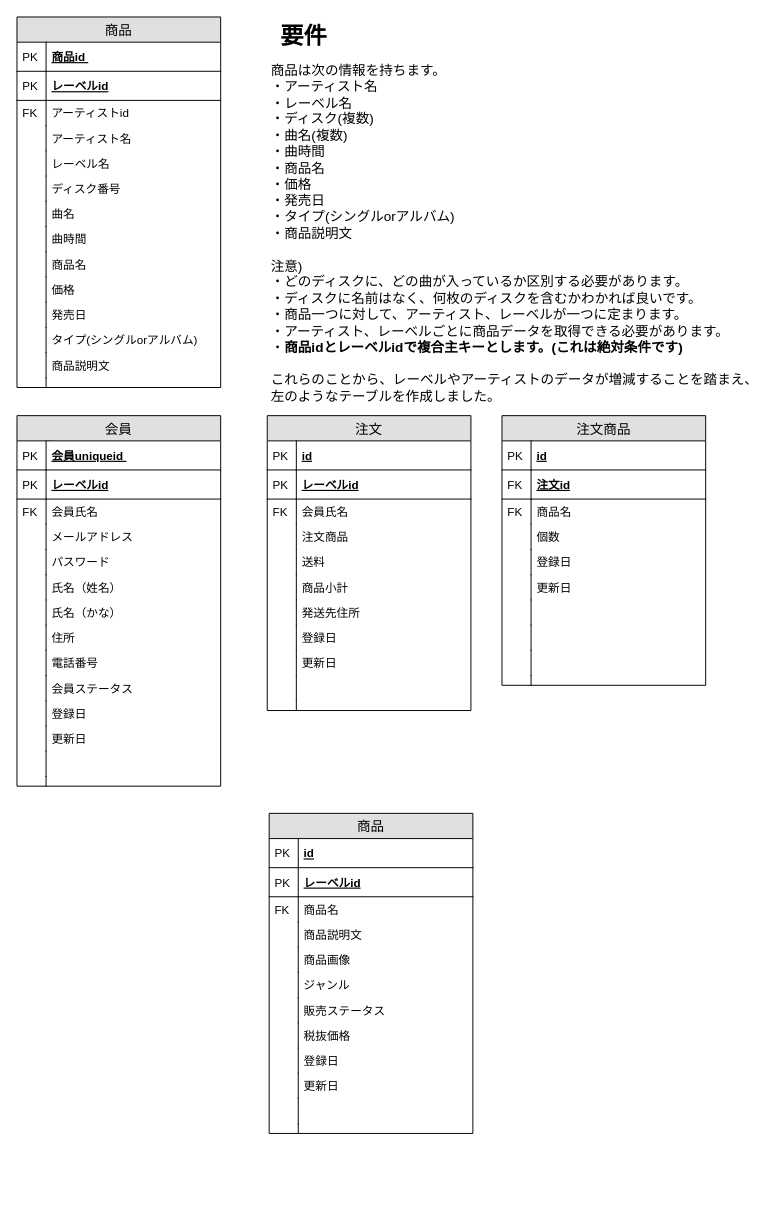
Before: page "データ要件_非正規形" (1 of 4) of ER図.drawio in tibisaki67/ECsite, a draw.io diagram. Source tidied: cells renumbered, new cells numbered last; positions are measured from the earlier drawing's top-left corner, leaving out a move shared by most shapes. Both pictures are drawn from the tidied source at 97%, with x=0, y=0 at pixel (16, 16).
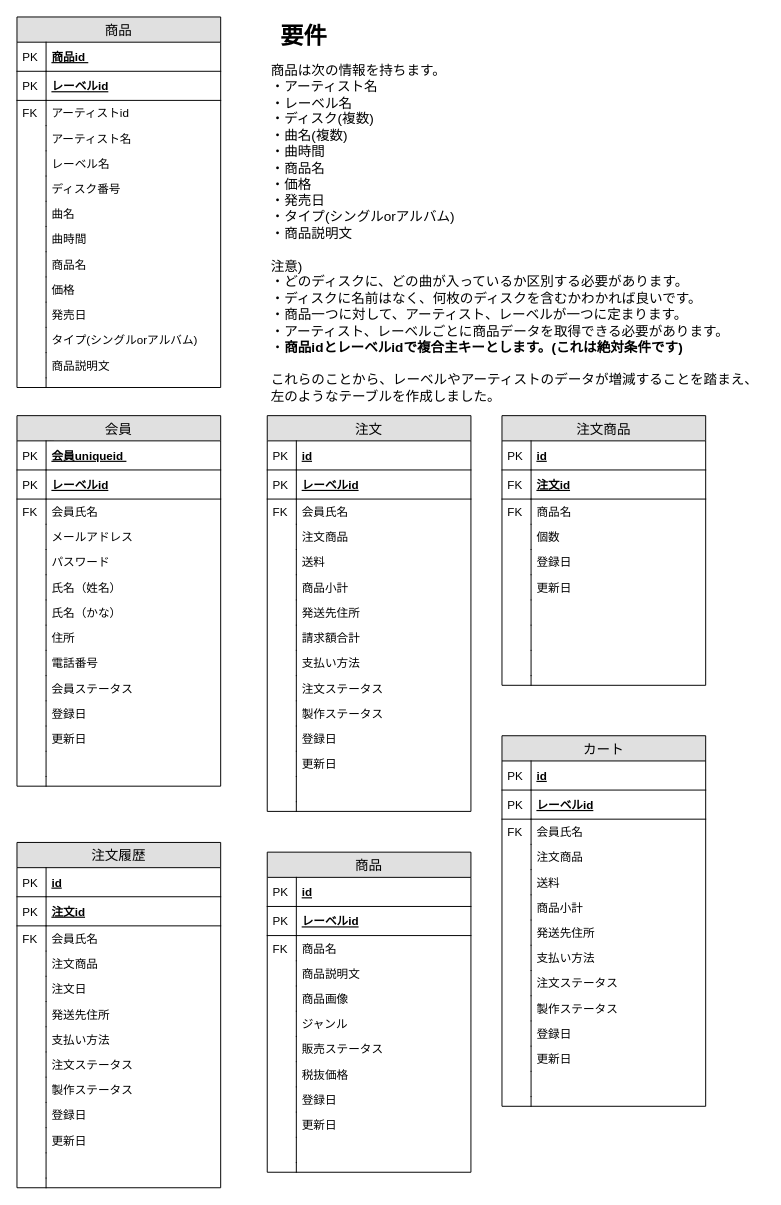
Above is the later version.

Diff of the diagram source:
```diff
@@
     <mxCell id="63" value="注文" style="swimlane;fontStyle=0;horizontal=1;startSize=26;fillColor=#e0e0e0;swimlaneFillColor=#ffffff;align=center;fontSize=14;" parent="1" vertex="1">
-      <mxGeometry x="258" y="411" width="210" height="304" as="geometry" />
+      <mxGeometry x="258" y="411" width="210" height="408" as="geometry" />
     </mxCell>
@@
+    <mxCell id="132" value="請求額合計" style="shape=partialRectangle;top=0;left=0;right=0;bottom=0;align=left;verticalAlign=top;fillColor=none;spacingLeft=34;spacingRight=4;overflow=hidden;fontSize=12;" parent="63" vertex="1">
+      <mxGeometry y="216" width="210" height="26" as="geometry" />
+    </mxCell>
+    <mxCell id="133" style="shape=partialRectangle;top=0;left=0;bottom=0;fillColor=none;align=left;verticalAlign=top;spacingLeft=4;spacingRight=4;overflow=hidden;fontSize=12;" parent="132" vertex="1">
+      <mxGeometry width="30" height="26" as="geometry" />
+    </mxCell>
+    <mxCell id="134" value="支払い方法" style="shape=partialRectangle;top=0;left=0;right=0;bottom=0;align=left;verticalAlign=top;fillColor=none;spacingLeft=34;spacingRight=4;overflow=hidden;fontSize=12;" parent="63" vertex="1">
+      <mxGeometry y="242" width="210" height="26" as="geometry" />
+    </mxCell>
+    <mxCell id="135" style="shape=partialRectangle;top=0;left=0;bottom=0;fillColor=none;align=left;verticalAlign=top;spacingLeft=4;spacingRight=4;overflow=hidden;fontSize=12;" parent="134" vertex="1">
+      <mxGeometry width="30" height="26" as="geometry" />
+    </mxCell>
+    <mxCell id="136" value="注文ステータス" style="shape=partialRectangle;top=0;left=0;right=0;bottom=0;align=left;verticalAlign=top;fillColor=none;spacingLeft=34;spacingRight=4;overflow=hidden;fontSize=12;" parent="63" vertex="1">
+      <mxGeometry y="268" width="210" height="26" as="geometry" />
+    </mxCell>
+    <mxCell id="137" style="shape=partialRectangle;top=0;left=0;bottom=0;fillColor=none;align=left;verticalAlign=top;spacingLeft=4;spacingRight=4;overflow=hidden;fontSize=12;" parent="136" vertex="1">
+      <mxGeometry width="30" height="26" as="geometry" />
+    </mxCell>
+    <mxCell id="138" value="製作ステータス" style="shape=partialRectangle;top=0;left=0;right=0;bottom=0;align=left;verticalAlign=top;fillColor=none;spacingLeft=34;spacingRight=4;overflow=hidden;fontSize=12;" parent="63" vertex="1">
+      <mxGeometry y="294" width="210" height="26" as="geometry" />
+    </mxCell>
+    <mxCell id="139" style="shape=partialRectangle;top=0;left=0;bottom=0;fillColor=none;align=left;verticalAlign=top;spacingLeft=4;spacingRight=4;overflow=hidden;fontSize=12;" parent="138" vertex="1">
+      <mxGeometry width="30" height="26" as="geometry" />
+    </mxCell>
     <mxCell id="78" value="登録日" style="shape=partialRectangle;top=0;left=0;right=0;bottom=0;align=left;verticalAlign=top;fillColor=none;spacingLeft=34;spacingRight=4;overflow=hidden;fontSize=12;" parent="63" vertex="1">
-      <mxGeometry y="216" width="210" height="26" as="geometry" />
+      <mxGeometry y="320" width="210" height="26" as="geometry" />
     </mxCell>
@@
     <mxCell id="80" value="更新日" style="shape=partialRectangle;top=0;left=0;right=0;bottom=0;align=left;verticalAlign=top;fillColor=none;spacingLeft=34;spacingRight=4;overflow=hidden;fontSize=12;" parent="63" vertex="1">
-      <mxGeometry y="242" width="210" height="26" as="geometry" />
+      <mxGeometry y="346" width="210" height="26" as="geometry" />
     </mxCell>
@@
     <mxCell id="82" style="shape=partialRectangle;top=0;left=0;right=0;bottom=0;align=left;verticalAlign=top;fillColor=none;spacingLeft=34;spacingRight=4;overflow=hidden;fontSize=12;" parent="63" vertex="1">
-      <mxGeometry y="268" width="210" height="26" as="geometry" />
+      <mxGeometry y="372" width="210" height="26" as="geometry" />
     </mxCell>
@@
     <mxCell id="84" style="shape=partialRectangle;top=0;left=0;right=0;bottom=0;align=left;verticalAlign=top;fillColor=none;spacingLeft=34;spacingRight=4;overflow=hidden;fontSize=12;" parent="63" vertex="1">
-      <mxGeometry y="294" width="210" height="10" as="geometry" />
+      <mxGeometry y="398" width="210" height="10" as="geometry" />
     </mxCell>
@@
     <mxCell id="107" value="商品" style="swimlane;fontStyle=0;horizontal=1;startSize=26;fillColor=#e0e0e0;swimlaneFillColor=#ffffff;align=center;fontSize=14;" parent="1" vertex="1">
-      <mxGeometry x="260" y="821" width="210" height="330" as="geometry" />
+      <mxGeometry x="258" y="861" width="210" height="330" as="geometry" />
     </mxCell>
@@
+    <mxCell id="140" value="カート" style="swimlane;fontStyle=0;horizontal=1;startSize=26;fillColor=#e0e0e0;swimlaneFillColor=#ffffff;align=center;fontSize=14;" parent="1" vertex="1">
+      <mxGeometry x="500" y="741" width="210" height="382" as="geometry" />
+    </mxCell>
+    <mxCell id="141" value="id" style="shape=partialRectangle;top=0;left=0;right=0;bottom=1;align=left;verticalAlign=middle;fillColor=none;spacingLeft=34;spacingRight=4;overflow=hidden;fontStyle=5;fontSize=12;" parent="140" vertex="1">
+      <mxGeometry y="26" width="210" height="30" as="geometry" />
+    </mxCell>
+    <mxCell id="142" value="PK" style="shape=partialRectangle;top=0;left=0;bottom=0;fillColor=none;align=left;verticalAlign=middle;spacingLeft=4;spacingRight=4;overflow=hidden;fontSize=12;" parent="141" vertex="1">
+      <mxGeometry width="30" height="30" as="geometry" />
+    </mxCell>
+    <mxCell id="143" value="レーベルid" style="shape=partialRectangle;top=0;left=0;right=0;bottom=1;align=left;verticalAlign=middle;fillColor=none;spacingLeft=34;spacingRight=4;overflow=hidden;fontStyle=5;fontSize=12;" parent="140" vertex="1">
+      <mxGeometry y="56" width="210" height="30" as="geometry" />
+    </mxCell>
+    <mxCell id="144" value="PK" style="shape=partialRectangle;top=0;left=0;bottom=0;fillColor=none;align=left;verticalAlign=middle;spacingLeft=4;spacingRight=4;overflow=hidden;fontSize=12;" parent="143" vertex="1">
+      <mxGeometry width="30" height="30" as="geometry" />
+    </mxCell>
+    <mxCell id="145" value="会員氏名" style="shape=partialRectangle;top=0;left=0;right=0;bottom=0;align=left;verticalAlign=top;fillColor=none;spacingLeft=34;spacingRight=4;overflow=hidden;fontSize=12;" parent="140" vertex="1">
+      <mxGeometry y="86" width="210" height="26" as="geometry" />
+    </mxCell>
+    <mxCell id="146" value="FK" style="shape=partialRectangle;top=0;left=0;bottom=0;fillColor=none;align=left;verticalAlign=top;spacingLeft=4;spacingRight=4;overflow=hidden;fontSize=12;" parent="145" vertex="1">
+      <mxGeometry width="30" height="26" as="geometry" />
+    </mxCell>
+    <mxCell id="147" value="注文商品" style="shape=partialRectangle;top=0;left=0;right=0;bottom=0;align=left;verticalAlign=top;fillColor=none;spacingLeft=34;spacingRight=4;overflow=hidden;fontSize=12;" parent="140" vertex="1">
+      <mxGeometry y="112" width="210" height="26" as="geometry" />
+    </mxCell>
+    <mxCell id="148" style="shape=partialRectangle;top=0;left=0;bottom=0;fillColor=none;align=left;verticalAlign=top;spacingLeft=4;spacingRight=4;overflow=hidden;fontSize=12;" parent="147" vertex="1">
+      <mxGeometry width="30" height="26" as="geometry" />
+    </mxCell>
+    <mxCell id="149" value="送料" style="shape=partialRectangle;top=0;left=0;right=0;bottom=0;align=left;verticalAlign=top;fillColor=none;spacingLeft=34;spacingRight=4;overflow=hidden;fontSize=12;" parent="140" vertex="1">
+      <mxGeometry y="138" width="210" height="26" as="geometry" />
+    </mxCell>
+    <mxCell id="150" style="shape=partialRectangle;top=0;left=0;bottom=0;fillColor=none;align=left;verticalAlign=top;spacingLeft=4;spacingRight=4;overflow=hidden;fontSize=12;" parent="149" vertex="1">
+      <mxGeometry width="30" height="26" as="geometry" />
+    </mxCell>
+    <mxCell id="151" value="商品小計" style="shape=partialRectangle;top=0;left=0;right=0;bottom=0;align=left;verticalAlign=top;fillColor=none;spacingLeft=34;spacingRight=4;overflow=hidden;fontSize=12;" parent="140" vertex="1">
+      <mxGeometry y="164" width="210" height="26" as="geometry" />
+    </mxCell>
+    <mxCell id="152" style="shape=partialRectangle;top=0;left=0;bottom=0;fillColor=none;align=left;verticalAlign=top;spacingLeft=4;spacingRight=4;overflow=hidden;fontSize=12;" parent="151" vertex="1">
+      <mxGeometry width="30" height="26" as="geometry" />
+    </mxCell>
+    <mxCell id="153" value="発送先住所" style="shape=partialRectangle;top=0;left=0;right=0;bottom=0;align=left;verticalAlign=top;fillColor=none;spacingLeft=34;spacingRight=4;overflow=hidden;fontSize=12;" parent="140" vertex="1">
+      <mxGeometry y="190" width="210" height="26" as="geometry" />
+    </mxCell>
+    <mxCell id="154" style="shape=partialRectangle;top=0;left=0;bottom=0;fillColor=none;align=left;verticalAlign=top;spacingLeft=4;spacingRight=4;overflow=hidden;fontSize=12;" parent="153" vertex="1">
+      <mxGeometry width="30" height="26" as="geometry" />
+    </mxCell>
+    <mxCell id="155" value="支払い方法" style="shape=partialRectangle;top=0;left=0;right=0;bottom=0;align=left;verticalAlign=top;fillColor=none;spacingLeft=34;spacingRight=4;overflow=hidden;fontSize=12;" parent="140" vertex="1">
+      <mxGeometry y="216" width="210" height="26" as="geometry" />
+    </mxCell>
+    <mxCell id="156" style="shape=partialRectangle;top=0;left=0;bottom=0;fillColor=none;align=left;verticalAlign=top;spacingLeft=4;spacingRight=4;overflow=hidden;fontSize=12;" parent="155" vertex="1">
+      <mxGeometry width="30" height="26" as="geometry" />
+    </mxCell>
+    <mxCell id="157" value="注文ステータス" style="shape=partialRectangle;top=0;left=0;right=0;bottom=0;align=left;verticalAlign=top;fillColor=none;spacingLeft=34;spacingRight=4;overflow=hidden;fontSize=12;" parent="140" vertex="1">
+      <mxGeometry y="242" width="210" height="26" as="geometry" />
+    </mxCell>
+    <mxCell id="158" style="shape=partialRectangle;top=0;left=0;bottom=0;fillColor=none;align=left;verticalAlign=top;spacingLeft=4;spacingRight=4;overflow=hidden;fontSize=12;" parent="157" vertex="1">
+      <mxGeometry width="30" height="26" as="geometry" />
+    </mxCell>
+    <mxCell id="159" value="製作ステータス" style="shape=partialRectangle;top=0;left=0;right=0;bottom=0;align=left;verticalAlign=top;fillColor=none;spacingLeft=34;spacingRight=4;overflow=hidden;fontSize=12;" parent="140" vertex="1">
+      <mxGeometry y="268" width="210" height="26" as="geometry" />
+    </mxCell>
+    <mxCell id="160" style="shape=partialRectangle;top=0;left=0;bottom=0;fillColor=none;align=left;verticalAlign=top;spacingLeft=4;spacingRight=4;overflow=hidden;fontSize=12;" parent="159" vertex="1">
+      <mxGeometry width="30" height="26" as="geometry" />
+    </mxCell>
+    <mxCell id="161" value="登録日" style="shape=partialRectangle;top=0;left=0;right=0;bottom=0;align=left;verticalAlign=top;fillColor=none;spacingLeft=34;spacingRight=4;overflow=hidden;fontSize=12;" parent="140" vertex="1">
+      <mxGeometry y="294" width="210" height="26" as="geometry" />
+    </mxCell>
+    <mxCell id="162" style="shape=partialRectangle;top=0;left=0;bottom=0;fillColor=none;align=left;verticalAlign=top;spacingLeft=4;spacingRight=4;overflow=hidden;fontSize=12;" parent="161" vertex="1">
+      <mxGeometry width="30" height="26" as="geometry" />
+    </mxCell>
+    <mxCell id="163" value="更新日" style="shape=partialRectangle;top=0;left=0;right=0;bottom=0;align=left;verticalAlign=top;fillColor=none;spacingLeft=34;spacingRight=4;overflow=hidden;fontSize=12;" parent="140" vertex="1">
+      <mxGeometry y="320" width="210" height="26" as="geometry" />
+    </mxCell>
+    <mxCell id="164" style="shape=partialRectangle;top=0;left=0;bottom=0;fillColor=none;align=left;verticalAlign=top;spacingLeft=4;spacingRight=4;overflow=hidden;fontSize=12;" parent="163" vertex="1">
+      <mxGeometry width="30" height="26" as="geometry" />
+    </mxCell>
+    <mxCell id="165" style="shape=partialRectangle;top=0;left=0;right=0;bottom=0;align=left;verticalAlign=top;fillColor=none;spacingLeft=34;spacingRight=4;overflow=hidden;fontSize=12;" parent="140" vertex="1">
+      <mxGeometry y="346" width="210" height="26" as="geometry" />
+    </mxCell>
+    <mxCell id="166" style="shape=partialRectangle;top=0;left=0;bottom=0;fillColor=none;align=left;verticalAlign=top;spacingLeft=4;spacingRight=4;overflow=hidden;fontSize=12;" parent="165" vertex="1">
+      <mxGeometry width="30" height="26" as="geometry" />
+    </mxCell>
+    <mxCell id="167" style="shape=partialRectangle;top=0;left=0;right=0;bottom=0;align=left;verticalAlign=top;fillColor=none;spacingLeft=34;spacingRight=4;overflow=hidden;fontSize=12;" parent="140" vertex="1">
+      <mxGeometry y="372" width="210" height="10" as="geometry" />
+    </mxCell>
+    <mxCell id="168" style="shape=partialRectangle;top=0;left=0;bottom=0;fillColor=none;align=left;verticalAlign=top;spacingLeft=4;spacingRight=4;overflow=hidden;fontSize=12;" parent="167" vertex="1">
+      <mxGeometry width="30" height="10" as="geometry" />
+    </mxCell>
+    <mxCell id="169" value="注文履歴" style="swimlane;fontStyle=0;horizontal=1;startSize=26;fillColor=#e0e0e0;swimlaneFillColor=#ffffff;align=center;fontSize=14;" parent="1" vertex="1">
+      <mxGeometry y="851" width="210" height="356" as="geometry" />
+    </mxCell>
+    <mxCell id="170" value="id" style="shape=partialRectangle;top=0;left=0;right=0;bottom=1;align=left;verticalAlign=middle;fillColor=none;spacingLeft=34;spacingRight=4;overflow=hidden;fontStyle=5;fontSize=12;" parent="169" vertex="1">
+      <mxGeometry y="26" width="210" height="30" as="geometry" />
+    </mxCell>
+    <mxCell id="171" value="PK" style="shape=partialRectangle;top=0;left=0;bottom=0;fillColor=none;align=left;verticalAlign=middle;spacingLeft=4;spacingRight=4;overflow=hidden;fontSize=12;" parent="170" vertex="1">
+      <mxGeometry width="30" height="30" as="geometry" />
+    </mxCell>
+    <mxCell id="172" value="注文id" style="shape=partialRectangle;top=0;left=0;right=0;bottom=1;align=left;verticalAlign=middle;fillColor=none;spacingLeft=34;spacingRight=4;overflow=hidden;fontStyle=5;fontSize=12;" parent="169" vertex="1">
+      <mxGeometry y="56" width="210" height="30" as="geometry" />
+    </mxCell>
+    <mxCell id="173" value="PK" style="shape=partialRectangle;top=0;left=0;bottom=0;fillColor=none;align=left;verticalAlign=middle;spacingLeft=4;spacingRight=4;overflow=hidden;fontSize=12;" parent="172" vertex="1">
+      <mxGeometry width="30" height="30" as="geometry" />
+    </mxCell>
+    <mxCell id="174" value="会員氏名" style="shape=partialRectangle;top=0;left=0;right=0;bottom=0;align=left;verticalAlign=top;fillColor=none;spacingLeft=34;spacingRight=4;overflow=hidden;fontSize=12;" parent="169" vertex="1">
+      <mxGeometry y="86" width="210" height="26" as="geometry" />
+    </mxCell>
+    <mxCell id="175" value="FK" style="shape=partialRectangle;top=0;left=0;bottom=0;fillColor=none;align=left;verticalAlign=top;spacingLeft=4;spacingRight=4;overflow=hidden;fontSize=12;" parent="174" vertex="1">
+      <mxGeometry width="30" height="26" as="geometry" />
+    </mxCell>
+    <mxCell id="176" value="注文商品" style="shape=partialRectangle;top=0;left=0;right=0;bottom=0;align=left;verticalAlign=top;fillColor=none;spacingLeft=34;spacingRight=4;overflow=hidden;fontSize=12;" parent="169" vertex="1">
+      <mxGeometry y="112" width="210" height="26" as="geometry" />
+    </mxCell>
+    <mxCell id="177" style="shape=partialRectangle;top=0;left=0;bottom=0;fillColor=none;align=left;verticalAlign=top;spacingLeft=4;spacingRight=4;overflow=hidden;fontSize=12;" parent="176" vertex="1">
+      <mxGeometry width="30" height="26" as="geometry" />
+    </mxCell>
+    <mxCell id="178" value="注文日" style="shape=partialRectangle;top=0;left=0;right=0;bottom=0;align=left;verticalAlign=top;fillColor=none;spacingLeft=34;spacingRight=4;overflow=hidden;fontSize=12;" parent="169" vertex="1">
+      <mxGeometry y="138" width="210" height="26" as="geometry" />
+    </mxCell>
+    <mxCell id="179" style="shape=partialRectangle;top=0;left=0;bottom=0;fillColor=none;align=left;verticalAlign=top;spacingLeft=4;spacingRight=4;overflow=hidden;fontSize=12;" parent="178" vertex="1">
+      <mxGeometry width="30" height="26" as="geometry" />
+    </mxCell>
+    <mxCell id="180" value="発送先住所" style="shape=partialRectangle;top=0;left=0;right=0;bottom=0;align=left;verticalAlign=top;fillColor=none;spacingLeft=34;spacingRight=4;overflow=hidden;fontSize=12;" parent="169" vertex="1">
+      <mxGeometry y="164" width="210" height="26" as="geometry" />
+    </mxCell>
+    <mxCell id="181" style="shape=partialRectangle;top=0;left=0;bottom=0;fillColor=none;align=left;verticalAlign=top;spacingLeft=4;spacingRight=4;overflow=hidden;fontSize=12;" parent="180" vertex="1">
+      <mxGeometry width="30" height="26" as="geometry" />
+    </mxCell>
+    <mxCell id="182" value="支払い方法" style="shape=partialRectangle;top=0;left=0;right=0;bottom=0;align=left;verticalAlign=top;fillColor=none;spacingLeft=34;spacingRight=4;overflow=hidden;fontSize=12;" parent="169" vertex="1">
+      <mxGeometry y="190" width="210" height="26" as="geometry" />
+    </mxCell>
+    <mxCell id="183" style="shape=partialRectangle;top=0;left=0;bottom=0;fillColor=none;align=left;verticalAlign=top;spacingLeft=4;spacingRight=4;overflow=hidden;fontSize=12;" parent="182" vertex="1">
+      <mxGeometry width="30" height="26" as="geometry" />
+    </mxCell>
+    <mxCell id="184" value="注文ステータス" style="shape=partialRectangle;top=0;left=0;right=0;bottom=0;align=left;verticalAlign=top;fillColor=none;spacingLeft=34;spacingRight=4;overflow=hidden;fontSize=12;" parent="169" vertex="1">
+      <mxGeometry y="216" width="210" height="26" as="geometry" />
+    </mxCell>
+    <mxCell id="185" style="shape=partialRectangle;top=0;left=0;bottom=0;fillColor=none;align=left;verticalAlign=top;spacingLeft=4;spacingRight=4;overflow=hidden;fontSize=12;" parent="184" vertex="1">
+      <mxGeometry width="30" height="26" as="geometry" />
+    </mxCell>
+    <mxCell id="186" value="製作ステータス" style="shape=partialRectangle;top=0;left=0;right=0;bottom=0;align=left;verticalAlign=top;fillColor=none;spacingLeft=34;spacingRight=4;overflow=hidden;fontSize=12;" parent="169" vertex="1">
+      <mxGeometry y="242" width="210" height="26" as="geometry" />
+    </mxCell>
+    <mxCell id="187" style="shape=partialRectangle;top=0;left=0;bottom=0;fillColor=none;align=left;verticalAlign=top;spacingLeft=4;spacingRight=4;overflow=hidden;fontSize=12;" parent="186" vertex="1">
+      <mxGeometry width="30" height="26" as="geometry" />
+    </mxCell>
+    <mxCell id="188" value="登録日" style="shape=partialRectangle;top=0;left=0;right=0;bottom=0;align=left;verticalAlign=top;fillColor=none;spacingLeft=34;spacingRight=4;overflow=hidden;fontSize=12;" parent="169" vertex="1">
+      <mxGeometry y="268" width="210" height="26" as="geometry" />
+    </mxCell>
+    <mxCell id="189" style="shape=partialRectangle;top=0;left=0;bottom=0;fillColor=none;align=left;verticalAlign=top;spacingLeft=4;spacingRight=4;overflow=hidden;fontSize=12;" parent="188" vertex="1">
+      <mxGeometry width="30" height="26" as="geometry" />
+    </mxCell>
+    <mxCell id="190" value="更新日" style="shape=partialRectangle;top=0;left=0;right=0;bottom=0;align=left;verticalAlign=top;fillColor=none;spacingLeft=34;spacingRight=4;overflow=hidden;fontSize=12;" parent="169" vertex="1">
+      <mxGeometry y="294" width="210" height="26" as="geometry" />
+    </mxCell>
+    <mxCell id="191" style="shape=partialRectangle;top=0;left=0;bottom=0;fillColor=none;align=left;verticalAlign=top;spacingLeft=4;spacingRight=4;overflow=hidden;fontSize=12;" parent="190" vertex="1">
+      <mxGeometry width="30" height="26" as="geometry" />
+    </mxCell>
+    <mxCell id="192" style="shape=partialRectangle;top=0;left=0;right=0;bottom=0;align=left;verticalAlign=top;fillColor=none;spacingLeft=34;spacingRight=4;overflow=hidden;fontSize=12;" parent="169" vertex="1">
+      <mxGeometry y="320" width="210" height="26" as="geometry" />
+    </mxCell>
+    <mxCell id="193" style="shape=partialRectangle;top=0;left=0;bottom=0;fillColor=none;align=left;verticalAlign=top;spacingLeft=4;spacingRight=4;overflow=hidden;fontSize=12;" parent="192" vertex="1">
+      <mxGeometry width="30" height="26" as="geometry" />
+    </mxCell>
+    <mxCell id="194" style="shape=partialRectangle;top=0;left=0;right=0;bottom=0;align=left;verticalAlign=top;fillColor=none;spacingLeft=34;spacingRight=4;overflow=hidden;fontSize=12;" parent="169" vertex="1">
+      <mxGeometry y="346" width="210" height="10" as="geometry" />
+    </mxCell>
+    <mxCell id="195" style="shape=partialRectangle;top=0;left=0;bottom=0;fillColor=none;align=left;verticalAlign=top;spacingLeft=4;spacingRight=4;overflow=hidden;fontSize=12;" parent="194" vertex="1">
+      <mxGeometry width="30" height="10" as="geometry" />
+    </mxCell>
```
